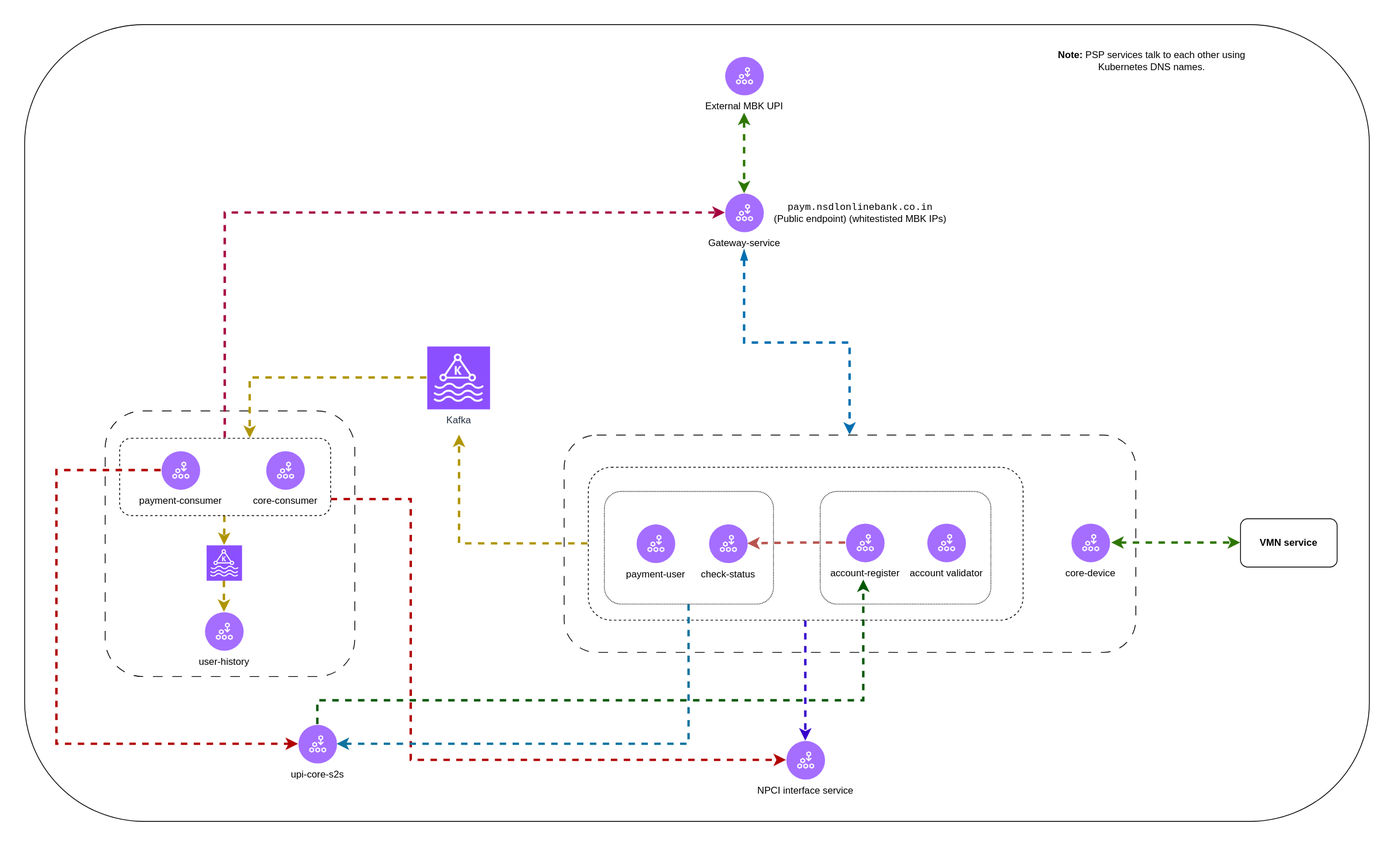
RohitGH29/drawio keeps this draw.io diagram as mobikwik/nsdl/architecture/service-flow-diagram/DFD-level-0.drawio.svg. Above is the earlier version. Source tidied: cells renumbered, new cells last; positions are measured from the earlier drawing's top-left corner, leaving out a move shared by most shapes.
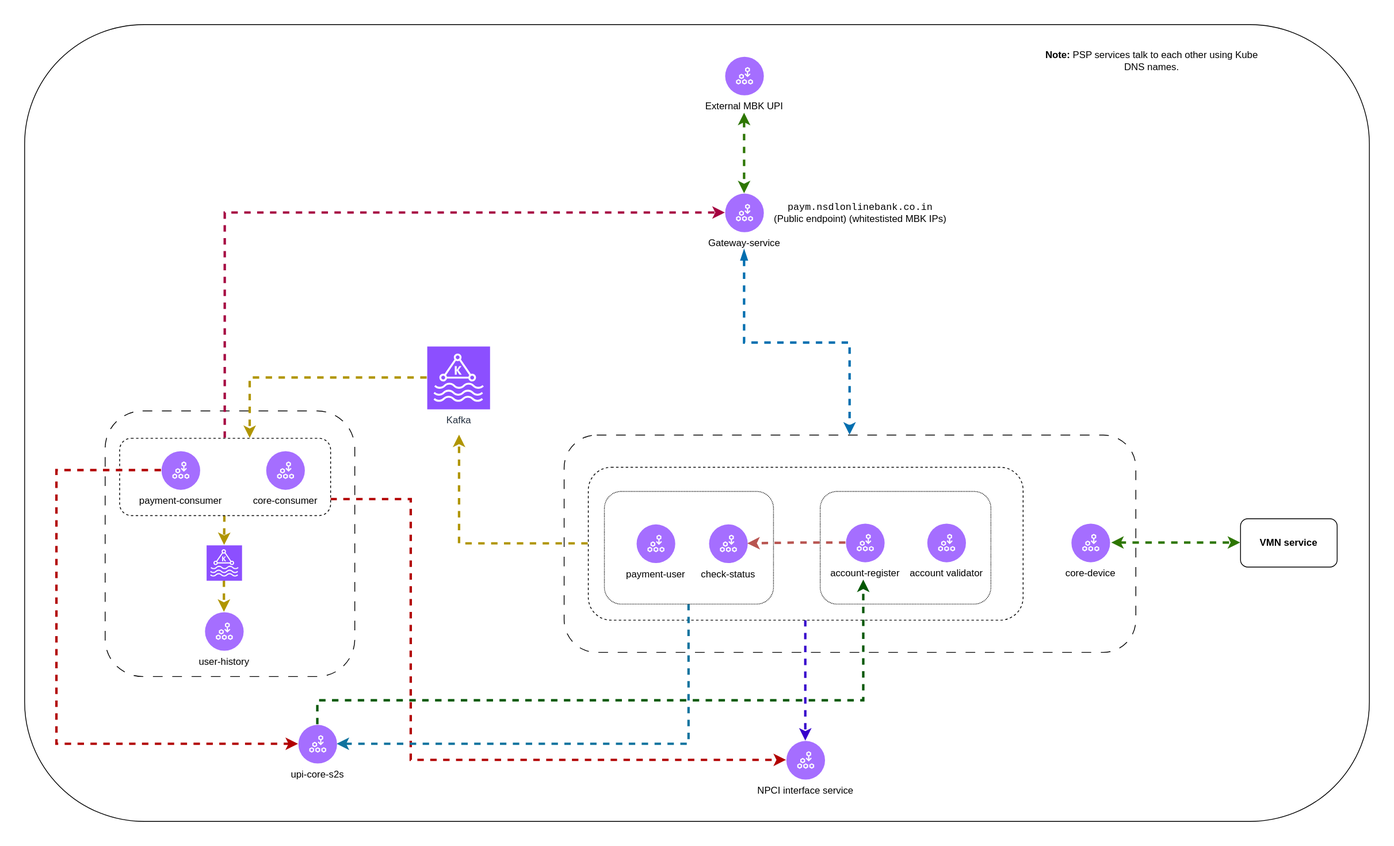
Later version of the same file.

Change to the diagram source:
```diff
@@ -237,7 +237,7 @@
         <mxPoint x="1350" y="644" as="sourcePoint" />
       </mxGeometry>
     </mxCell>
-    <mxCell id="53" value="&lt;strong&gt;Note:&lt;/strong&gt; PSP services talk to each other using Kubernetes DNS names." style="text;html=1;whiteSpace=wrap;strokeColor=none;fillColor=none;align=center;verticalAlign=middle;rounded=0;" parent="1" vertex="1">
+    <mxCell id="53" value="&lt;strong&gt;Note:&lt;/strong&gt; PSP services talk to each other using Kube DNS names." style="text;html=1;whiteSpace=wrap;strokeColor=none;fillColor=none;align=center;verticalAlign=middle;rounded=0;" parent="1" vertex="1">
       <mxGeometry x="1260" y="30" width="280" height="30" as="geometry" />
     </mxCell>
     <mxCell id="54" value="&lt;code&gt;paym.nsdlonlinebank.co.in&lt;/code&gt;&lt;br&gt;(Public endpoint) (whitestisted MBK IPs)" style="text;html=1;whiteSpace=wrap;strokeColor=none;fillColor=none;align=center;verticalAlign=middle;rounded=0;" parent="1" vertex="1">
```
